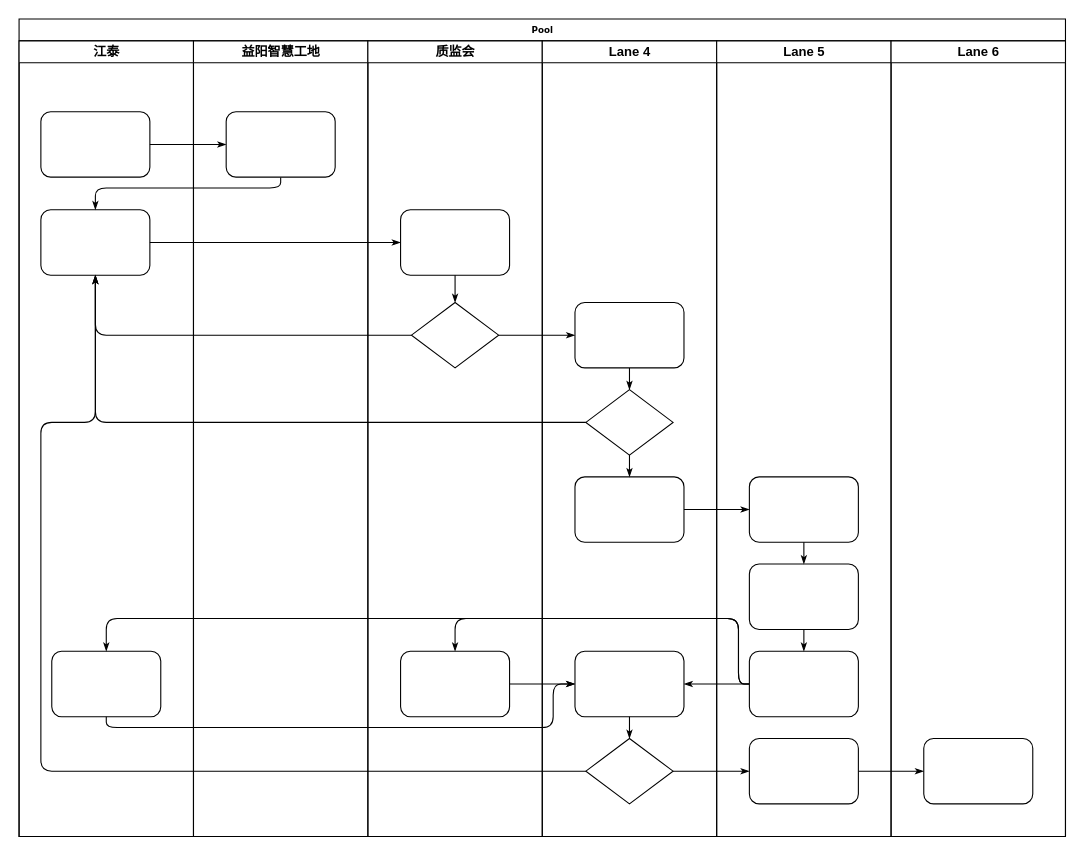
This is Untitled Diagram.drawio from pandabajie/cloudimg, a draw.io file, before an edit. Source tidied: cells renumbered, new cells numbered last; positions are measured from the earlier drawing's top-left corner, leaving out a move shared by most shapes. Both pictures are drawn from the tidied source at 109%, with x=0, y=0 at pixel (19, 19).
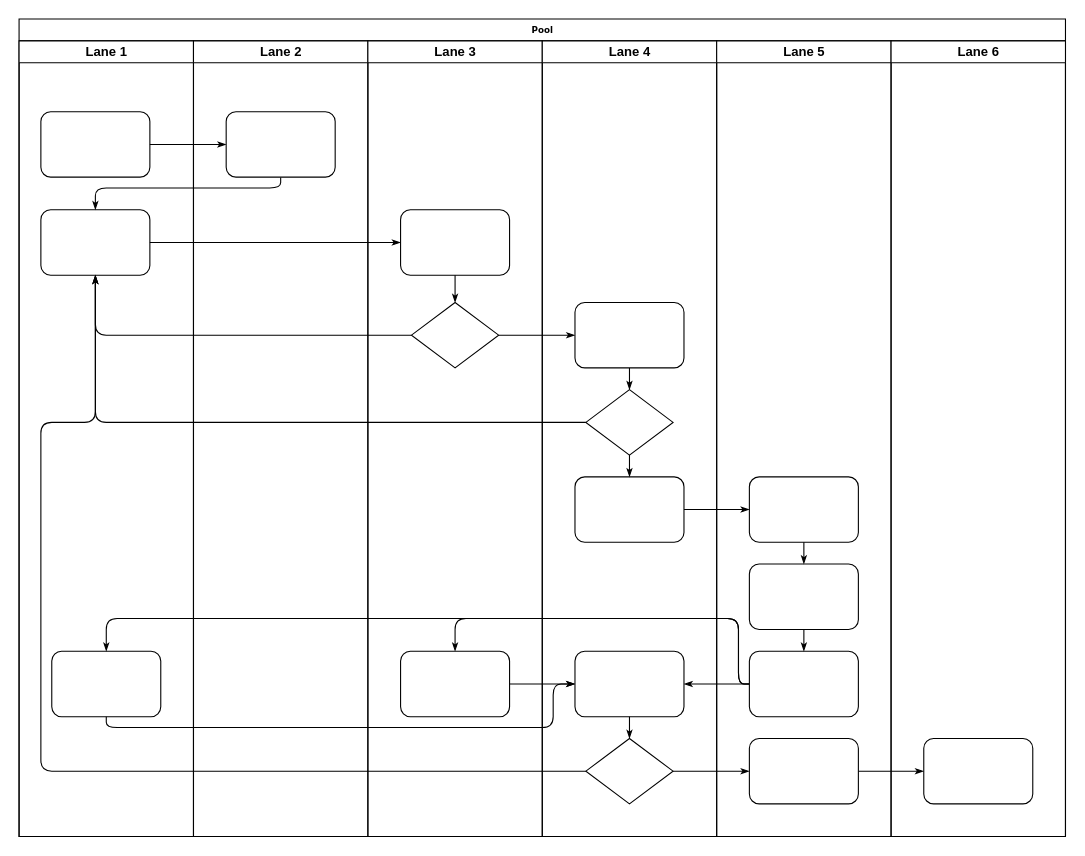
The same diagram, later.

Unchanged cells that the change refers to:
```xml
<mxCell id="2" value="Pool" style="swimlane;html=1;startSize=20;rounded=0;shadow=0;labelBackgroundColor=none;strokeWidth=1;fontFamily=Verdana;fontSize=8;align=center;" parent="1" vertex="1">
  <mxGeometry width="960" height="750" as="geometry" />
</mxCell>
```

What changed in the source:
```diff
@@
-    <mxCell id="3" value="江泰" style="swimlane;html=1;startSize=20;" parent="2" vertex="1">
+    <mxCell id="3" value="Lane 1" style="swimlane;html=1;startSize=20;" parent="2" vertex="1">
       <mxGeometry y="20" width="160" height="730" as="geometry" />
     </mxCell>
@@
-    <mxCell id="22" value="益阳智慧工地" style="swimlane;html=1;startSize=20;" parent="2" vertex="1">
+    <mxCell id="22" value="Lane 2" style="swimlane;html=1;startSize=20;" parent="2" vertex="1">
       <mxGeometry x="160" y="20" width="160" height="730" as="geometry" />
     </mxCell>
@@
-    <mxCell id="24" value="质监会" style="swimlane;html=1;startSize=20;" parent="2" vertex="1">
+    <mxCell id="24" value="Lane 3" style="swimlane;html=1;startSize=20;" parent="2" vertex="1">
       <mxGeometry x="320" y="20" width="160" height="730" as="geometry" />
     </mxCell>
```
